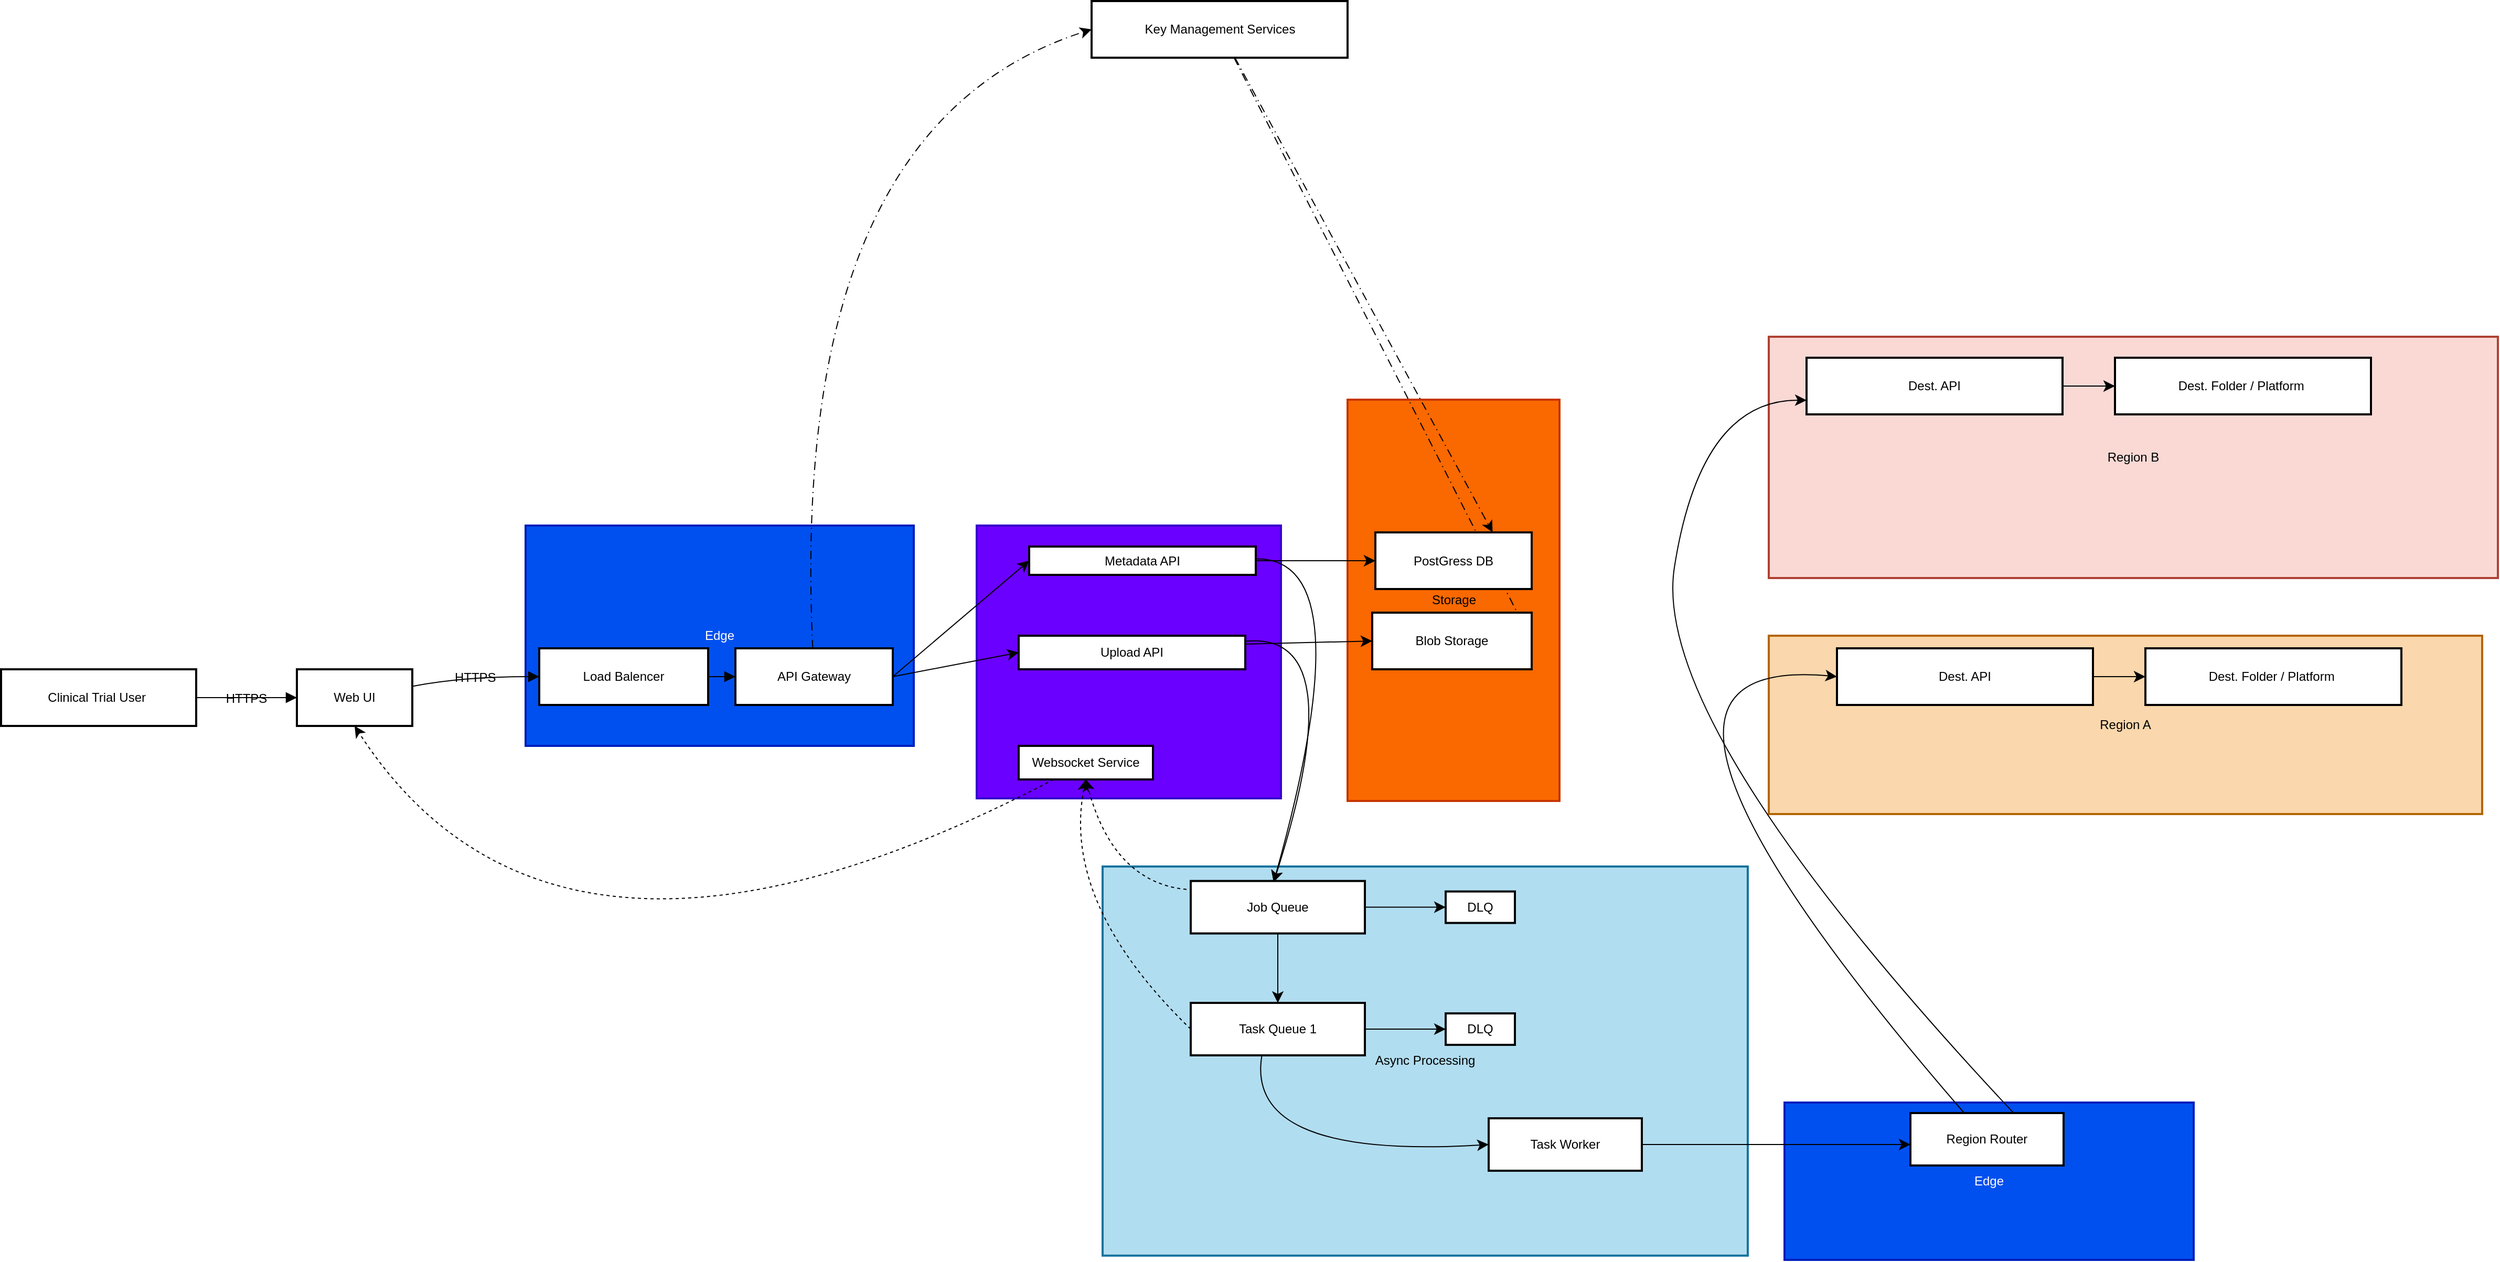
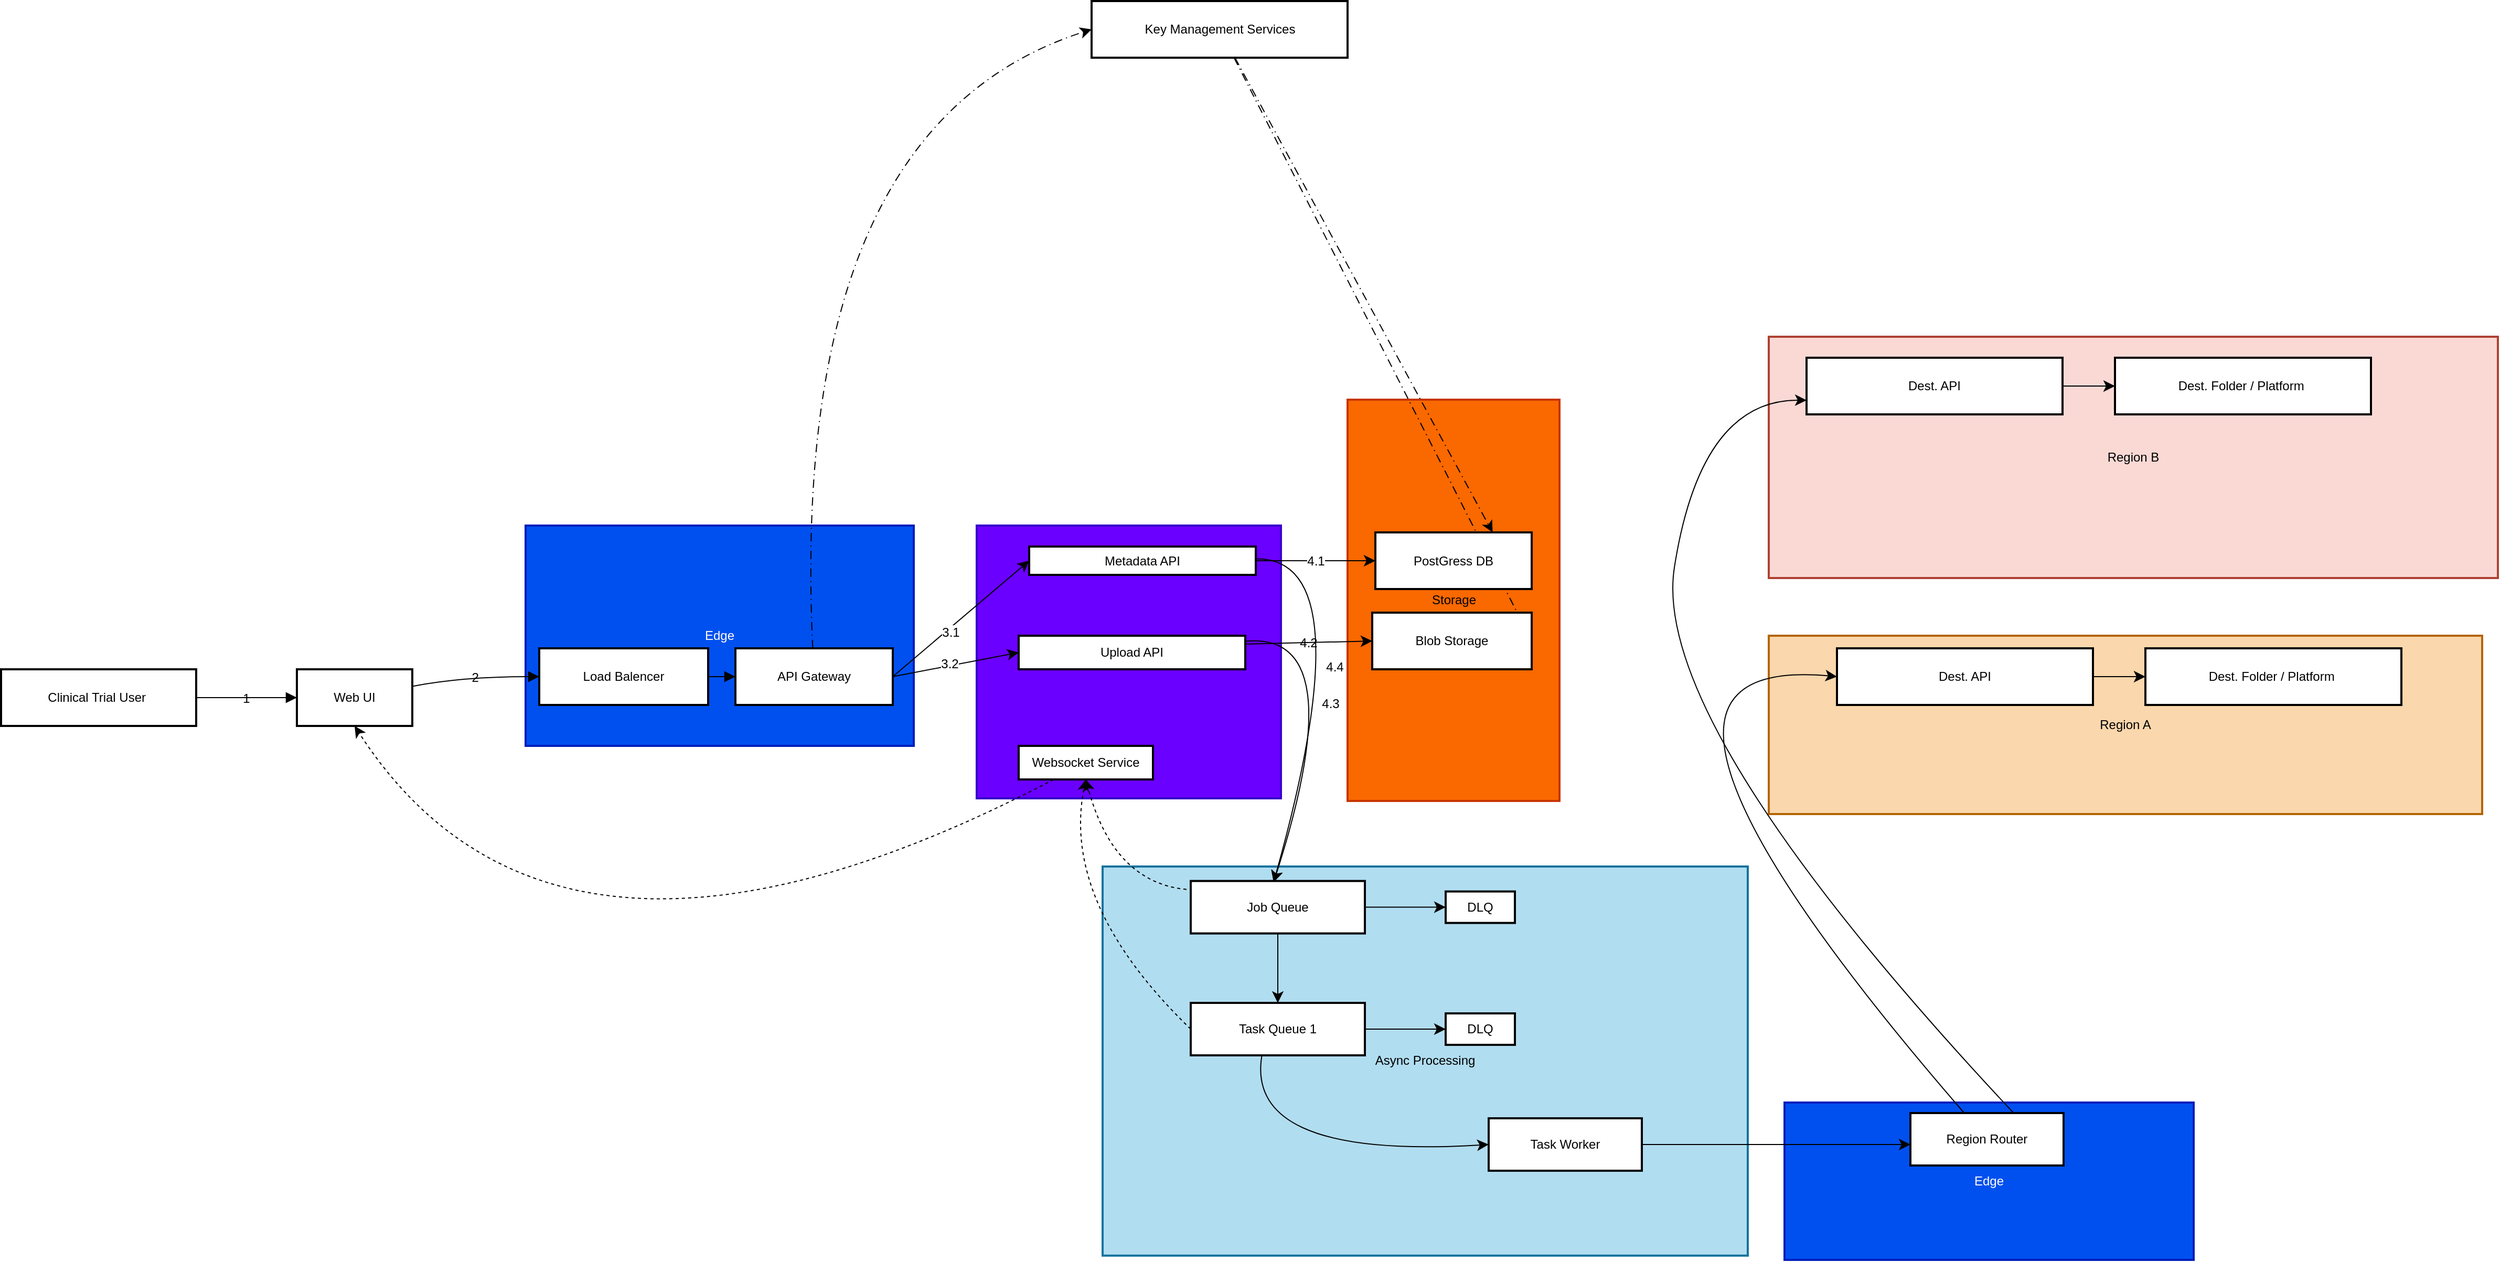
<mxfile host="app.diagrams.net">
  <diagram name="Overall-Diagram" id="Xauzskn0iYLa3f8TggF1">
-     <mxGraphModel dx="1091" dy="1843" grid="1" gridSize="10" guides="1" tooltips="1" connect="1" arrows="1" fold="1" page="1" pageScale="1" pageWidth="850" pageHeight="1100" background="none" math="0" shadow="0">
+     <mxGraphModel dx="806" dy="1550" grid="1" gridSize="10" guides="1" tooltips="1" connect="1" arrows="1" fold="1" page="1" pageScale="1" pageWidth="850" pageHeight="1100" background="none" math="0" shadow="0">
      <root>
        <mxCell id="0" />
        <mxCell id="1" parent="0" />
        <mxCell id="ZxT0anLmeUN1lRlBXtKW-56" parent="1" style="whiteSpace=wrap;strokeWidth=2;rounded=0;labelBackgroundColor=none;fillColor=#0050ef;fontColor=#ffffff;strokeColor=#001DBC;" value="Edge" vertex="1">
          <mxGeometry height="150" width="390" x="1800" y="590" as="geometry" />
        </mxCell>
        <mxCell id="tPvMw2njpGqdJi2HAjV1-28" parent="1" style="whiteSpace=wrap;strokeWidth=2;rounded=0;labelBackgroundColor=none;fillColor=#fad9d5;strokeColor=#ae4132;" value="Region B" vertex="1">
          <mxGeometry height="230" width="695" x="1785" y="-140" as="geometry" />
        </mxCell>
        <mxCell id="tPvMw2njpGqdJi2HAjV1-27" parent="1" style="whiteSpace=wrap;strokeWidth=2;rounded=0;labelBackgroundColor=none;fillColor=#fad7ac;strokeColor=#b46504;" value="Region A" vertex="1">
          <mxGeometry height="170" width="680" x="1785" y="145" as="geometry" />
        </mxCell>
        <mxCell id="LGeiLnGPZ_kJypGg9XhN-2" parent="1" style="whiteSpace=wrap;strokeWidth=2;rounded=0;labelBackgroundColor=none;fillColor=#b1ddf0;strokeColor=#10739e;aspect=fixed;" value="Async Processing" vertex="1">
          <mxGeometry height="370.92" width="614.97" x="1150" y="365" as="geometry" />
        </mxCell>
        <mxCell id="LGeiLnGPZ_kJypGg9XhN-4" parent="1" style="whiteSpace=wrap;strokeWidth=2;rounded=0;labelBackgroundColor=none;fillColor=#6a00ff;fontColor=#ffffff;strokeColor=#3700CC;" value="API Services" vertex="1">
          <mxGeometry height="260" width="290" x="1030" y="40" as="geometry" />
        </mxCell>
        <mxCell id="LGeiLnGPZ_kJypGg9XhN-3" parent="1" style="whiteSpace=wrap;strokeWidth=2;rounded=0;labelBackgroundColor=none;fillColor=#fa6800;fontColor=#000000;strokeColor=#C73500;" value="Storage" vertex="1">
          <mxGeometry height="382.5" width="202" x="1383.5" y="-80" as="geometry" />
        </mxCell>
        <mxCell id="LGeiLnGPZ_kJypGg9XhN-5" parent="1" style="whiteSpace=wrap;strokeWidth=2;rounded=0;labelBackgroundColor=none;fillColor=#0050ef;fontColor=#ffffff;strokeColor=#001DBC;" value="Edge" vertex="1">
          <mxGeometry height="210" width="370" x="600" y="40" as="geometry" />
        </mxCell>
        <mxCell id="LGeiLnGPZ_kJypGg9XhN-6" parent="1" style="whiteSpace=wrap;strokeWidth=2;rounded=0;labelBackgroundColor=none;" value="Clinical Trial User " vertex="1">
          <mxGeometry height="54" width="186" x="100" y="177" as="geometry" />
        </mxCell>
        <mxCell id="LGeiLnGPZ_kJypGg9XhN-7" parent="1" style="whiteSpace=wrap;strokeWidth=2;rounded=0;labelBackgroundColor=none;" value="Web UI" vertex="1">
          <mxGeometry height="54" width="110" x="382" y="177" as="geometry" />
        </mxCell>
        <mxCell id="LGeiLnGPZ_kJypGg9XhN-8" parent="1" style="whiteSpace=wrap;strokeWidth=2;rounded=0;labelBackgroundColor=none;" value="Load Balencer" vertex="1">
          <mxGeometry height="54" width="161" x="613" y="157" as="geometry" />
        </mxCell>
        <mxCell id="ijDLy2rUQYNMrnhEq9o_-15" edge="1" parent="1" source="LGeiLnGPZ_kJypGg9XhN-9" style="edgeStyle=none;curved=1;rounded=0;orthogonalLoop=1;jettySize=auto;html=1;fontSize=12;startSize=8;endSize=8;entryX=0;entryY=0.5;entryDx=0;entryDy=0;labelBackgroundColor=none;fontColor=default;exitX=1;exitY=0.5;exitDx=0;exitDy=0;" target="LGeiLnGPZ_kJypGg9XhN-10">
          <mxGeometry relative="1" as="geometry">
            <mxPoint x="1059.9999999999998" y="229.99999999999977" as="targetPoint" />
          </mxGeometry>
        </mxCell>
+         <mxCell id="kZjGEyZ31KSyDfQOjVAd-1" connectable="0" parent="ijDLy2rUQYNMrnhEq9o_-15" style="edgeLabel;html=1;align=center;verticalAlign=middle;resizable=0;points=[];fontSize=12;" value="3.1" vertex="1">
+           <mxGeometry relative="1" x="-0.1984" y="-3" as="geometry">
+             <mxPoint x="1" as="offset" />
+           </mxGeometry>
+         </mxCell>
        <mxCell id="ijDLy2rUQYNMrnhEq9o_-17" edge="1" parent="1" source="LGeiLnGPZ_kJypGg9XhN-9" style="edgeStyle=none;curved=1;rounded=0;orthogonalLoop=1;jettySize=auto;html=1;entryX=0;entryY=0.5;entryDx=0;entryDy=0;fontSize=12;startSize=8;endSize=8;exitX=1;exitY=0.5;exitDx=0;exitDy=0;" target="LGeiLnGPZ_kJypGg9XhN-11">
          <mxGeometry relative="1" as="geometry">
            <mxPoint x="960" y="190" as="sourcePoint" />
+           </mxGeometry>
+         </mxCell>
+         <mxCell id="kZjGEyZ31KSyDfQOjVAd-2" connectable="0" parent="ijDLy2rUQYNMrnhEq9o_-17" style="edgeLabel;html=1;align=center;verticalAlign=middle;resizable=0;points=[];fontSize=12;" value="3.2" vertex="1">
+           <mxGeometry relative="1" x="-0.0885" y="2" as="geometry">
+             <mxPoint as="offset" />
          </mxGeometry>
        </mxCell>
        <mxCell id="tPvMw2njpGqdJi2HAjV1-17" edge="1" parent="1" source="LGeiLnGPZ_kJypGg9XhN-9" style="edgeStyle=none;curved=1;rounded=0;orthogonalLoop=1;jettySize=auto;html=1;entryX=0;entryY=0.5;entryDx=0;entryDy=0;fontSize=12;startSize=8;endSize=8;dashed=1;dashPattern=8 4 1 4;" target="LGeiLnGPZ_kJypGg9XhN-20">
          <mxGeometry relative="1" as="geometry">
            <Array as="points">
              <mxPoint x="850" y="-340" />
            </Array>
          </mxGeometry>
        </mxCell>
        <mxCell id="LGeiLnGPZ_kJypGg9XhN-9" parent="1" style="whiteSpace=wrap;strokeWidth=2;rounded=0;labelBackgroundColor=none;" value="API Gateway" vertex="1">
          <mxGeometry height="54" width="150" x="800" y="157" as="geometry" />
        </mxCell>
-         <mxCell id="ijDLy2rUQYNMrnhEq9o_-19" edge="1" parent="1" source="LGeiLnGPZ_kJypGg9XhN-10" style="edgeStyle=none;curved=1;rounded=0;orthogonalLoop=1;jettySize=auto;html=1;entryX=0;entryY=0.5;entryDx=0;entryDy=0;fontSize=12;startSize=8;endSize=8;exitX=1;exitY=0.5;exitDx=0;exitDy=0;" target="LGeiLnGPZ_kJypGg9XhN-12">
-           <mxGeometry relative="1" as="geometry" />
-         </mxCell>
-         <mxCell id="ZxT0anLmeUN1lRlBXtKW-1" edge="1" parent="1" source="LGeiLnGPZ_kJypGg9XhN-10" style="edgeStyle=none;curved=1;rounded=0;orthogonalLoop=1;jettySize=auto;html=1;entryX=0.5;entryY=0;entryDx=0;entryDy=0;fontSize=12;startSize=8;endSize=8;">
+         <mxCell id="ijDLy2rUQYNMrnhEq9o_-19" edge="1" parent="1" source="LGeiLnGPZ_kJypGg9XhN-10" style="edgeStyle=none;curved=1;rounded=0;orthogonalLoop=1;jettySize=auto;html=1;entryX=0;entryY=0.5;entryDx=0;entryDy=0;fontSize=12;startSize=8;endSize=8;exitX=1;exitY=0.5;exitDx=0;exitDy=0;" target="LGeiLnGPZ_kJypGg9XhN-12" value="4.1">
+           <mxGeometry relative="1" as="geometry" />
+         </mxCell>
+         <mxCell id="ZxT0anLmeUN1lRlBXtKW-1" edge="1" parent="1" source="LGeiLnGPZ_kJypGg9XhN-10" style="edgeStyle=none;curved=1;rounded=0;orthogonalLoop=1;jettySize=auto;html=1;entryX=0.5;entryY=0;entryDx=0;entryDy=0;fontSize=12;startSize=8;endSize=8;" value="4.4">
          <mxGeometry relative="1" as="geometry">
            <Array as="points">
              <mxPoint x="1400" y="70" />
            </Array>
            <mxPoint x="1313" y="380" as="targetPoint" />
          </mxGeometry>
        </mxCell>
        <mxCell id="LGeiLnGPZ_kJypGg9XhN-10" parent="1" style="whiteSpace=wrap;strokeWidth=2;rounded=0;labelBackgroundColor=none;" value="Metadata API" vertex="1">
          <mxGeometry height="27" width="216" x="1080" y="60" as="geometry" />
        </mxCell>
-         <mxCell id="ijDLy2rUQYNMrnhEq9o_-12" edge="1" parent="1" source="LGeiLnGPZ_kJypGg9XhN-11" style="edgeStyle=none;curved=1;rounded=0;orthogonalLoop=1;jettySize=auto;html=1;entryX=0;entryY=0.5;entryDx=0;entryDy=0;fontSize=12;startSize=8;endSize=8;exitX=1;exitY=0.25;exitDx=0;exitDy=0;labelBackgroundColor=none;fontColor=default;" target="LGeiLnGPZ_kJypGg9XhN-13">
-           <mxGeometry relative="1" as="geometry" />
-         </mxCell>
-         <mxCell id="ZxT0anLmeUN1lRlBXtKW-2" edge="1" parent="1" source="LGeiLnGPZ_kJypGg9XhN-11" style="edgeStyle=none;curved=1;rounded=0;orthogonalLoop=1;jettySize=auto;html=1;entryX=0.5;entryY=0;entryDx=0;entryDy=0;fontSize=12;startSize=8;endSize=8;">
+         <mxCell id="ijDLy2rUQYNMrnhEq9o_-12" edge="1" parent="1" source="LGeiLnGPZ_kJypGg9XhN-11" style="edgeStyle=none;curved=1;rounded=0;orthogonalLoop=1;jettySize=auto;html=1;entryX=0;entryY=0.5;entryDx=0;entryDy=0;fontSize=12;startSize=8;endSize=8;exitX=1;exitY=0.25;exitDx=0;exitDy=0;labelBackgroundColor=none;fontColor=default;" target="LGeiLnGPZ_kJypGg9XhN-13" value="4.2">
+           <mxGeometry relative="1" as="geometry" />
+         </mxCell>
+         <mxCell id="ZxT0anLmeUN1lRlBXtKW-2" edge="1" parent="1" source="LGeiLnGPZ_kJypGg9XhN-11" style="edgeStyle=none;curved=1;rounded=0;orthogonalLoop=1;jettySize=auto;html=1;entryX=0.5;entryY=0;entryDx=0;entryDy=0;fontSize=12;startSize=8;endSize=8;" value="4.3">
          <mxGeometry relative="1" as="geometry">
            <Array as="points">
              <mxPoint x="1390" y="140" />
            </Array>
            <mxPoint x="1313" y="380" as="targetPoint" />
          </mxGeometry>
        </mxCell>
        <mxCell id="LGeiLnGPZ_kJypGg9XhN-11" parent="1" style="whiteSpace=wrap;strokeWidth=2;rounded=0;labelBackgroundColor=none;" value="Upload API" vertex="1">
          <mxGeometry height="32" width="216" x="1070" y="145" as="geometry" />
        </mxCell>
        <mxCell id="tPvMw2njpGqdJi2HAjV1-2" edge="1" parent="1" style="edgeStyle=none;curved=1;rounded=0;orthogonalLoop=1;jettySize=auto;html=1;fontSize=12;startSize=8;endSize=8;entryX=0.5;entryY=1;entryDx=0;entryDy=0;dashed=1;" target="LGeiLnGPZ_kJypGg9XhN-18">
          <mxGeometry relative="1" as="geometry">
            <Array as="points">
              <mxPoint x="1160" y="380" />
            </Array>
            <mxPoint x="1230" y="386.8627450980389" as="sourcePoint" />
            <mxPoint x="1150" y="490" as="targetPoint" />
          </mxGeometry>
        </mxCell>
        <mxCell id="tPvMw2njpGqdJi2HAjV1-30" edge="1" parent="1" source="ZxT0anLmeUN1lRlBXtKW-4" style="edgeStyle=none;curved=1;rounded=0;orthogonalLoop=1;jettySize=auto;html=1;entryX=0.5;entryY=1;entryDx=0;entryDy=0;fontSize=12;startSize=8;endSize=8;dashed=1;exitX=0;exitY=0.5;exitDx=0;exitDy=0;" target="LGeiLnGPZ_kJypGg9XhN-18">
          <mxGeometry relative="1" as="geometry">
            <Array as="points">
              <mxPoint x="1110" y="400" />
            </Array>
            <mxPoint x="1274.6623376623374" y="462" as="sourcePoint" />
          </mxGeometry>
        </mxCell>
        <mxCell id="tPvMw2njpGqdJi2HAjV1-18" edge="1" parent="1" source="LGeiLnGPZ_kJypGg9XhN-20" style="edgeStyle=none;curved=1;rounded=0;orthogonalLoop=1;jettySize=auto;html=1;entryX=0.75;entryY=0;entryDx=0;entryDy=0;fontSize=12;startSize=8;endSize=8;dashed=1;dashPattern=8 4 1 4;" target="LGeiLnGPZ_kJypGg9XhN-12">
          <mxGeometry relative="1" as="geometry" />
        </mxCell>
        <mxCell id="tPvMw2njpGqdJi2HAjV1-19" edge="1" parent="1" source="LGeiLnGPZ_kJypGg9XhN-20" style="edgeStyle=none;curved=1;rounded=0;orthogonalLoop=1;jettySize=auto;html=1;entryX=1;entryY=0.5;entryDx=0;entryDy=0;fontSize=12;startSize=8;endSize=8;dashed=1;dashPattern=8 4 1 4;" target="LGeiLnGPZ_kJypGg9XhN-13">
          <mxGeometry relative="1" as="geometry" />
        </mxCell>
        <mxCell id="LGeiLnGPZ_kJypGg9XhN-20" parent="1" style="whiteSpace=wrap;strokeWidth=2;rounded=0;labelBackgroundColor=none;" value="Key Management Services" vertex="1">
          <mxGeometry height="54" width="244" x="1139.5" y="-460" as="geometry" />
        </mxCell>
-         <mxCell id="LGeiLnGPZ_kJypGg9XhN-23" edge="1" parent="1" source="LGeiLnGPZ_kJypGg9XhN-6" style="curved=1;startArrow=none;endArrow=block;exitX=1;exitY=0.5;entryX=0;entryY=0.5;rounded=0;fontSize=12;startSize=8;endSize=8;labelBackgroundColor=none;fontColor=default;" target="LGeiLnGPZ_kJypGg9XhN-7" value="HTTPS">
+         <mxCell id="LGeiLnGPZ_kJypGg9XhN-23" edge="1" parent="1" source="LGeiLnGPZ_kJypGg9XhN-6" style="curved=1;startArrow=none;endArrow=block;exitX=1;exitY=0.5;entryX=0;entryY=0.5;rounded=0;fontSize=12;startSize=8;endSize=8;labelBackgroundColor=none;fontColor=default;" target="LGeiLnGPZ_kJypGg9XhN-7" value="1">
          <mxGeometry relative="1" as="geometry">
            <Array as="points" />
          </mxGeometry>
        </mxCell>
-         <mxCell id="LGeiLnGPZ_kJypGg9XhN-24" edge="1" parent="1" source="LGeiLnGPZ_kJypGg9XhN-7" style="curved=1;startArrow=none;endArrow=block;exitX=1;exitY=0.3;entryX=0;entryY=0.5;rounded=0;fontSize=12;startSize=8;endSize=8;labelBackgroundColor=none;fontColor=default;" target="LGeiLnGPZ_kJypGg9XhN-8" value="HTTPS">
+         <mxCell id="LGeiLnGPZ_kJypGg9XhN-24" edge="1" parent="1" source="LGeiLnGPZ_kJypGg9XhN-7" style="curved=1;startArrow=none;endArrow=block;exitX=1;exitY=0.3;entryX=0;entryY=0.5;rounded=0;fontSize=12;startSize=8;endSize=8;labelBackgroundColor=none;fontColor=default;" target="LGeiLnGPZ_kJypGg9XhN-8" value="2">
          <mxGeometry relative="1" as="geometry">
            <Array as="points">
              <mxPoint x="540" y="184" />
            </Array>
          </mxGeometry>
        </mxCell>
        <mxCell id="LGeiLnGPZ_kJypGg9XhN-35" edge="1" parent="1" source="LGeiLnGPZ_kJypGg9XhN-8" style="curved=1;startArrow=none;endArrow=block;exitX=1;exitY=0.5;entryX=0;entryY=0.5;rounded=0;fontSize=12;startSize=8;endSize=8;labelBackgroundColor=none;fontColor=default;" target="LGeiLnGPZ_kJypGg9XhN-9" value="">
          <mxGeometry relative="1" as="geometry">
            <Array as="points" />
          </mxGeometry>
        </mxCell>
        <mxCell id="tPvMw2njpGqdJi2HAjV1-29" edge="1" parent="1" source="LGeiLnGPZ_kJypGg9XhN-18" style="edgeStyle=none;curved=1;rounded=0;orthogonalLoop=1;jettySize=auto;html=1;entryX=0.5;entryY=1;entryDx=0;entryDy=0;fontSize=12;startSize=8;endSize=8;dashed=1;" target="LGeiLnGPZ_kJypGg9XhN-7">
          <mxGeometry relative="1" as="geometry">
            <Array as="points">
              <mxPoint x="630" y="530" />
            </Array>
          </mxGeometry>
        </mxCell>
        <mxCell id="LGeiLnGPZ_kJypGg9XhN-18" parent="1" style="whiteSpace=wrap;strokeWidth=2;rounded=0;labelBackgroundColor=none;" value="Websocket Service" vertex="1">
          <mxGeometry height="32" width="128" x="1070" y="250" as="geometry" />
        </mxCell>
        <mxCell id="LGeiLnGPZ_kJypGg9XhN-13" parent="1" style="whiteSpace=wrap;strokeWidth=2;rounded=0;labelBackgroundColor=none;" value="Blob Storage" vertex="1">
          <mxGeometry height="54" width="152" x="1407" y="123" as="geometry" />
        </mxCell>
        <mxCell id="LGeiLnGPZ_kJypGg9XhN-12" parent="1" style="whiteSpace=wrap;strokeWidth=2;rounded=0;labelBackgroundColor=none;" value="PostGress DB" vertex="1">
          <mxGeometry height="54" width="149" x="1410" y="46.5" as="geometry" />
        </mxCell>
        <mxCell id="tPvMw2njpGqdJi2HAjV1-12" edge="1" parent="1" source="tPvMw2njpGqdJi2HAjV1-6" style="edgeStyle=none;curved=1;rounded=0;orthogonalLoop=1;jettySize=auto;html=1;entryX=0;entryY=0.5;entryDx=0;entryDy=0;fontSize=12;startSize=8;endSize=8;" target="tPvMw2njpGqdJi2HAjV1-8">
          <mxGeometry relative="1" as="geometry">
            <Array as="points">
              <mxPoint x="1590" y="160" />
            </Array>
          </mxGeometry>
        </mxCell>
        <mxCell id="tPvMw2njpGqdJi2HAjV1-13" edge="1" parent="1" source="tPvMw2njpGqdJi2HAjV1-6" style="edgeStyle=none;curved=1;rounded=0;orthogonalLoop=1;jettySize=auto;html=1;entryX=0;entryY=0.75;entryDx=0;entryDy=0;fontSize=12;startSize=8;endSize=8;exitX=1;exitY=1;exitDx=0;exitDy=0;" target="tPvMw2njpGqdJi2HAjV1-10">
          <mxGeometry relative="1" as="geometry">
            <Array as="points">
              <mxPoint x="1670" y="240" />
              <mxPoint x="1720" y="-80" />
            </Array>
            <mxPoint x="2070" y="660" as="sourcePoint" />
          </mxGeometry>
        </mxCell>
        <mxCell id="tPvMw2njpGqdJi2HAjV1-6" parent="1" style="whiteSpace=wrap;strokeWidth=2;rounded=0;labelBackgroundColor=none;" value="Region Router" vertex="1">
          <mxGeometry height="50" width="146" x="1920" y="600" as="geometry" />
        </mxCell>
        <mxCell id="tPvMw2njpGqdJi2HAjV1-7" parent="1" style="whiteSpace=wrap;strokeWidth=2;rounded=0;labelBackgroundColor=none;" value="Dest. Folder / Platform " vertex="1">
          <mxGeometry height="54" width="244" x="2144" y="157" as="geometry" />
        </mxCell>
        <mxCell id="tPvMw2njpGqdJi2HAjV1-15" edge="1" parent="1" source="tPvMw2njpGqdJi2HAjV1-8" style="edgeStyle=none;curved=1;rounded=0;orthogonalLoop=1;jettySize=auto;html=1;fontSize=12;startSize=8;endSize=8;" target="tPvMw2njpGqdJi2HAjV1-7" value="">
          <mxGeometry relative="1" as="geometry" />
        </mxCell>
        <mxCell id="tPvMw2njpGqdJi2HAjV1-8" parent="1" style="whiteSpace=wrap;strokeWidth=2;rounded=0;labelBackgroundColor=none;" value="Dest. API" vertex="1">
          <mxGeometry height="54" width="244" x="1850" y="157" as="geometry" />
        </mxCell>
        <mxCell id="tPvMw2njpGqdJi2HAjV1-9" parent="1" style="whiteSpace=wrap;strokeWidth=2;rounded=0;labelBackgroundColor=none;" value="Dest. Folder / Platform " vertex="1">
          <mxGeometry height="54" width="244" x="2115" y="-120" as="geometry" />
        </mxCell>
        <mxCell id="tPvMw2njpGqdJi2HAjV1-16" edge="1" parent="1" source="tPvMw2njpGqdJi2HAjV1-10" style="edgeStyle=none;curved=1;rounded=0;orthogonalLoop=1;jettySize=auto;html=1;fontSize=12;startSize=8;endSize=8;" target="tPvMw2njpGqdJi2HAjV1-9" value="">
          <mxGeometry relative="1" as="geometry" />
        </mxCell>
        <mxCell id="tPvMw2njpGqdJi2HAjV1-10" parent="1" style="whiteSpace=wrap;strokeWidth=2;rounded=0;labelBackgroundColor=none;" value="Dest. API" vertex="1">
          <mxGeometry height="54" width="244" x="1821" y="-120" as="geometry" />
        </mxCell>
        <mxCell id="ZxT0anLmeUN1lRlBXtKW-5" edge="1" parent="1" source="ZxT0anLmeUN1lRlBXtKW-3" style="edgeStyle=none;curved=1;rounded=0;orthogonalLoop=1;jettySize=auto;html=1;fontSize=12;startSize=8;endSize=8;" target="ZxT0anLmeUN1lRlBXtKW-4" value="">
          <mxGeometry relative="1" as="geometry" />
        </mxCell>
        <mxCell id="ZxT0anLmeUN1lRlBXtKW-52" edge="1" parent="1" source="ZxT0anLmeUN1lRlBXtKW-3" style="edgeStyle=none;curved=1;rounded=0;orthogonalLoop=1;jettySize=auto;html=1;fontSize=12;startSize=8;endSize=8;" target="ZxT0anLmeUN1lRlBXtKW-9" value="">
          <mxGeometry relative="1" as="geometry" />
        </mxCell>
        <mxCell id="ZxT0anLmeUN1lRlBXtKW-3" parent="1" style="whiteSpace=wrap;strokeWidth=2;rounded=0;labelBackgroundColor=none;" value="Job Queue" vertex="1">
          <mxGeometry height="50" width="166" x="1234" y="378.79999999999995" as="geometry" />
        </mxCell>
        <mxCell id="ZxT0anLmeUN1lRlBXtKW-21" edge="1" parent="1" source="ZxT0anLmeUN1lRlBXtKW-4" style="edgeStyle=none;curved=1;rounded=0;orthogonalLoop=1;jettySize=auto;html=1;fontSize=12;startSize=8;endSize=8;" target="ZxT0anLmeUN1lRlBXtKW-11" value="">
          <mxGeometry relative="1" as="geometry" />
        </mxCell>
        <mxCell id="ZxT0anLmeUN1lRlBXtKW-54" edge="1" parent="1" source="ZxT0anLmeUN1lRlBXtKW-4" style="edgeStyle=none;curved=1;rounded=0;orthogonalLoop=1;jettySize=auto;html=1;entryX=0;entryY=0.5;entryDx=0;entryDy=0;fontSize=12;startSize=8;endSize=8;exitX=0.422;exitY=0.8;exitDx=0;exitDy=0;exitPerimeter=0;" target="ZxT0anLmeUN1lRlBXtKW-53">
          <mxGeometry relative="1" as="geometry">
            <Array as="points">
              <mxPoint x="1274" y="645" />
            </Array>
          </mxGeometry>
        </mxCell>
        <mxCell id="ZxT0anLmeUN1lRlBXtKW-4" parent="1" style="whiteSpace=wrap;strokeWidth=2;rounded=0;labelBackgroundColor=none;" value="Task Queue 1" vertex="1">
          <mxGeometry height="50" width="166" x="1234" y="495" as="geometry" />
        </mxCell>
        <mxCell id="ZxT0anLmeUN1lRlBXtKW-9" parent="1" style="whiteSpace=wrap;strokeWidth=2;rounded=0;labelBackgroundColor=none;" value="DLQ" vertex="1">
          <mxGeometry height="30" width="66" x="1477" y="388.79999999999995" as="geometry" />
        </mxCell>
        <mxCell id="ZxT0anLmeUN1lRlBXtKW-11" parent="1" style="whiteSpace=wrap;strokeWidth=2;rounded=0;labelBackgroundColor=none;" value="DLQ" vertex="1">
          <mxGeometry height="30" width="66" x="1477" y="505" as="geometry" />
        </mxCell>
        <mxCell id="ZxT0anLmeUN1lRlBXtKW-55" edge="1" parent="1" source="ZxT0anLmeUN1lRlBXtKW-53" style="edgeStyle=none;curved=1;rounded=0;orthogonalLoop=1;jettySize=auto;html=1;fontSize=12;startSize=8;endSize=8;">
          <mxGeometry relative="1" as="geometry">
            <mxPoint x="1920.0000000000005" y="630" as="targetPoint" />
          </mxGeometry>
        </mxCell>
        <mxCell id="ZxT0anLmeUN1lRlBXtKW-53" parent="1" style="whiteSpace=wrap;strokeWidth=2;rounded=0;labelBackgroundColor=none;" value="Task Worker" vertex="1">
          <mxGeometry height="50" width="146" x="1518" y="605" as="geometry" />
        </mxCell>
      </root>
    </mxGraphModel>
  </diagram>
</mxfile>
